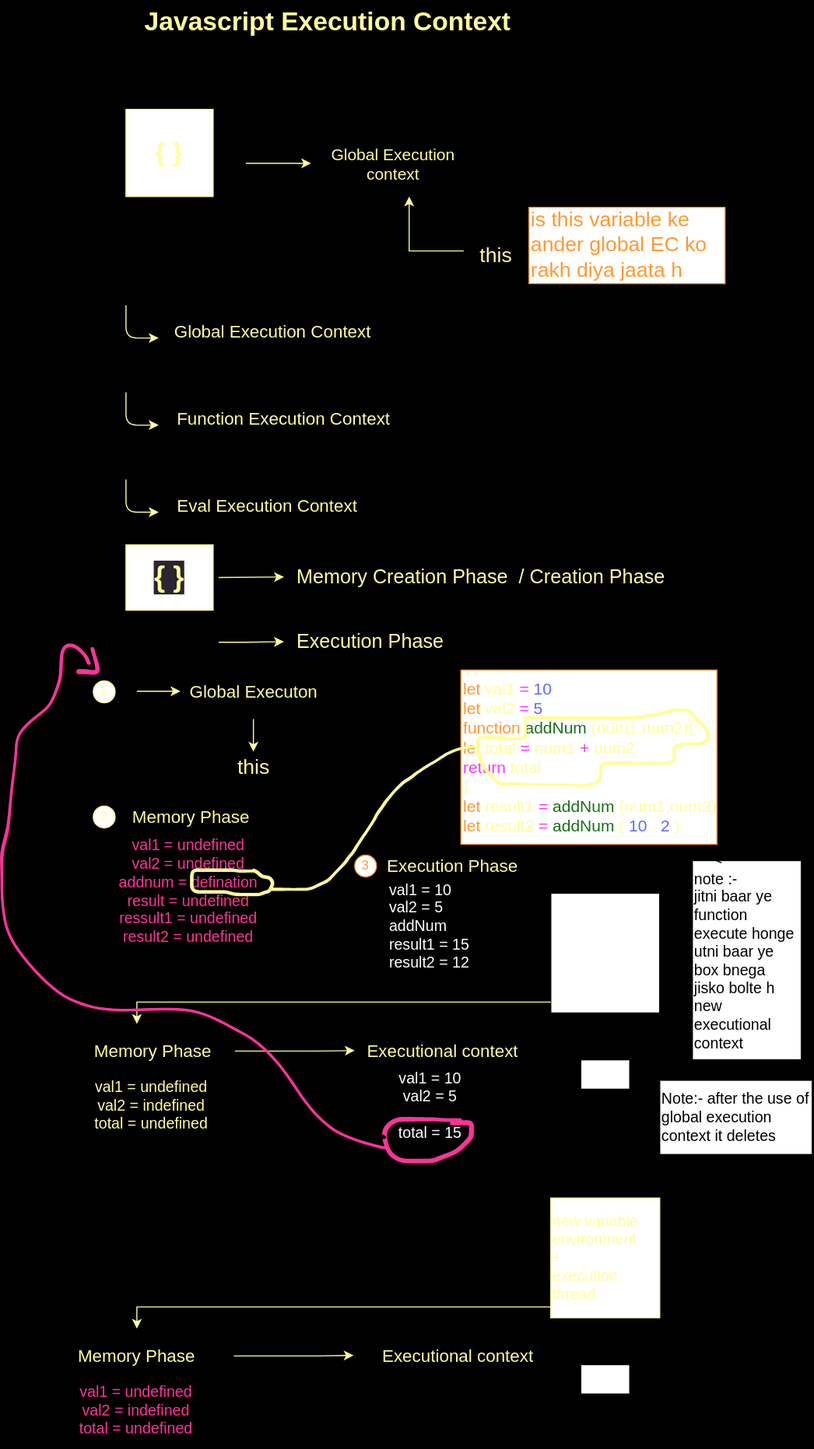
Before: 03_basics/05_call_stack.drawio.svg, a diagram exported from draw.io (Raman919115/js-Hindi-Youtube). Source tidied: cells renumbered, new cells last; positions are measured from the earlier drawing's top-left corner, leaving out a move shared by most shapes.
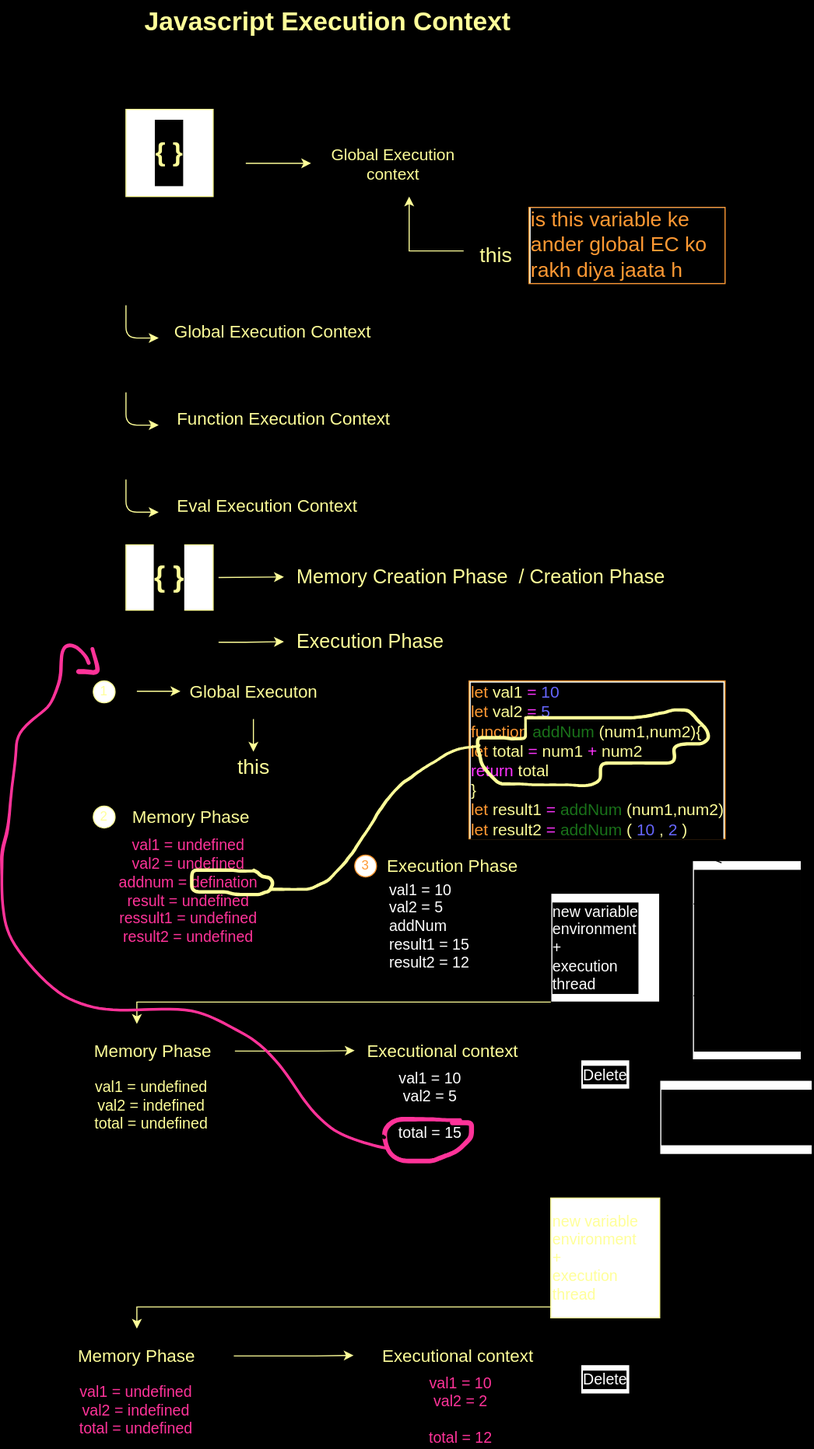
Above is the later version.

Commit message:
call stack

Change to the diagram source:
```diff
@@ -5,7 +5,7 @@
     <mxCell id="2" value="&lt;font&gt;Javascript Execution Context&lt;/font&gt;" style="text;strokeColor=none;fillColor=none;html=1;fontSize=24;fontStyle=1;verticalAlign=middle;align=center;rounded=0;fontColor=#FFFF99;" parent="1" vertex="1">
       <mxGeometry x="125" width="350" height="40" as="geometry" />
     </mxCell>
-    <mxCell id="3" value="&lt;h1&gt;&lt;font color=&quot;#ffff99&quot;&gt;{&lt;/font&gt; &lt;font color=&quot;#ffff99&quot;&gt;}&lt;/font&gt;&lt;/h1&gt;" style="whiteSpace=wrap;html=1;strokeColor=#FFFF99;fontColor=#FF9933;rounded=0;" parent="1" vertex="1">
+    <mxCell id="3" value="&lt;h1&gt;&lt;font color=&quot;#ffff99&quot;&gt;{&lt;/font&gt; &lt;font color=&quot;#ffff99&quot;&gt;}&lt;/font&gt;&lt;/h1&gt;" style="whiteSpace=wrap;html=1;strokeColor=#FFFF99;fontColor=#FF9933;rounded=0;labelBackgroundColor=#000000;" parent="1" vertex="1">
       <mxGeometry x="115" y="100" width="80" height="80" as="geometry" />
     </mxCell>
     <mxCell id="4" style="edgeStyle=none;orthogonalLoop=1;jettySize=auto;html=1;fontColor=#FF9933;rounded=0;strokeColor=#FFFF99;" parent="1" edge="1">
@@ -32,7 +32,7 @@
     <mxCell id="7" value="&lt;font style=&quot;font-size: 19px;&quot;&gt;this&lt;/font&gt;" style="text;strokeColor=none;align=center;fillColor=none;html=1;verticalAlign=middle;whiteSpace=wrap;rounded=0;fontSize=15;fontColor=#FFFF99;" parent="1" vertex="1">
       <mxGeometry x="425" y="220" width="60" height="30" as="geometry" />
     </mxCell>
-    <mxCell id="8" value="is this variable ke ander global EC ko rakh diya jaata h" style="rounded=0;whiteSpace=wrap;html=1;strokeColor=#FF9933;fontSize=19;fontColor=#FF9933;align=left;" parent="1" vertex="1">
+    <mxCell id="8" value="is this variable ke ander global EC ko rakh diya jaata h" style="rounded=0;whiteSpace=wrap;html=1;strokeColor=#FF9933;fontSize=19;fontColor=#FF9933;align=left;labelBackgroundColor=#000000;" parent="1" vertex="1">
       <mxGeometry x="485" y="190" width="180" height="70" as="geometry" />
     </mxCell>
     <mxCell id="9" style="endArrow=classic;html=1;fontSize=13;fontColor=#FF9933;rounded=1;strokeColor=#FFFF99;" parent="1" edge="1">
@@ -71,7 +71,7 @@
     <mxCell id="14" value="Eval Execution Context" style="text;strokeColor=none;align=center;fillColor=none;html=1;verticalAlign=middle;whiteSpace=wrap;rounded=0;fontSize=16;fontColor=#FFFF99;" parent="1" vertex="1">
       <mxGeometry x="155" y="444" width="180" height="40" as="geometry" />
     </mxCell>
-    <mxCell id="15" value="&lt;font color=&quot;#ffff99&quot;&gt;&lt;br&gt;&lt;/font&gt;&lt;h1 style=&quot;border-color: rgb(0, 0, 0); font-family: Helvetica; font-style: normal; font-variant-ligatures: normal; font-variant-caps: normal; letter-spacing: normal; orphans: 2; text-align: center; text-indent: 0px; text-transform: none; widows: 2; word-spacing: 0px; -webkit-text-stroke-width: 0px; background-color: rgb(42, 37, 47); text-decoration-thickness: initial; text-decoration-style: initial; text-decoration-color: initial;&quot;&gt;&lt;font color=&quot;#ffff99&quot;&gt;{ }&lt;/font&gt;&lt;/h1&gt;&lt;font color=&quot;#ffff99&quot;&gt;&lt;br&gt;&lt;/font&gt;" style="whiteSpace=wrap;html=1;fontSize=13;fontColor=#FF9933;strokeColor=#FFFF99;rounded=0;" parent="1" vertex="1">
+    <mxCell id="15" value="&lt;font color=&quot;#ffff99&quot;&gt;&lt;br&gt;&lt;/font&gt;&lt;h1 style=&quot;border-color: rgb(0, 0, 0); font-family: Helvetica; font-style: normal; font-variant-ligatures: normal; font-variant-caps: normal; letter-spacing: normal; orphans: 2; text-align: center; text-indent: 0px; text-transform: none; widows: 2; word-spacing: 0px; -webkit-text-stroke-width: 0px; text-decoration-thickness: initial; text-decoration-style: initial; text-decoration-color: initial;&quot;&gt;&lt;font color=&quot;#ffff99&quot;&gt;{ }&lt;/font&gt;&lt;/h1&gt;&lt;font color=&quot;#ffff99&quot;&gt;&lt;br&gt;&lt;/font&gt;" style="whiteSpace=wrap;html=1;fontSize=13;fontColor=#FF9933;strokeColor=#FFFF99;rounded=0;labelBackgroundColor=#000000;" parent="1" vertex="1">
       <mxGeometry x="115" y="500" width="80" height="60" as="geometry" />
     </mxCell>
     <mxCell id="16" style="endArrow=classic;html=1;fontSize=18;fontColor=#FF9933;rounded=0;strokeColor=#FFFF99;" parent="1" edge="1">
@@ -99,8 +99,8 @@
     <mxCell id="19" value="Execution Phase" style="text;strokeColor=none;align=left;fillColor=none;html=1;verticalAlign=middle;whiteSpace=wrap;rounded=0;fontSize=18;fontColor=#FFFF99;" parent="1" vertex="1">
       <mxGeometry x="270" y="574.4" width="152.5" height="30" as="geometry" />
     </mxCell>
-    <mxCell id="20" value="let &lt;font color=&quot;#ffff99&quot;&gt;val1&lt;/font&gt; &lt;font color=&quot;#ff33ff&quot;&gt;=&lt;/font&gt; &lt;font color=&quot;#6666ff&quot;&gt;10&lt;/font&gt;&lt;br&gt;let &lt;font color=&quot;#ffff99&quot;&gt;val2&lt;/font&gt; &lt;font color=&quot;#ff33ff&quot;&gt;=&lt;/font&gt; &lt;font color=&quot;#6666ff&quot;&gt;5&lt;/font&gt;&lt;br&gt;function &lt;font color=&quot;#197119&quot;&gt;addNum&lt;/font&gt;&lt;font color=&quot;#ffff99&quot;&gt;(num1,num2){&lt;/font&gt;&lt;br&gt;&amp;nbsp; &amp;nbsp; &amp;nbsp;let &lt;font color=&quot;#ffff99&quot;&gt;total&lt;/font&gt; &lt;font color=&quot;#ff33ff&quot;&gt;=&lt;/font&gt; &lt;font color=&quot;#ffff99&quot;&gt;num1&lt;/font&gt; &lt;font color=&quot;#ff33ff&quot;&gt;+&lt;/font&gt; &lt;font color=&quot;#ffff99&quot;&gt;num2&lt;/font&gt;&lt;br&gt;&amp;nbsp; &amp;nbsp; &amp;nbsp; &lt;font color=&quot;#ff33ff&quot;&gt;return&lt;/font&gt;&amp;nbsp; &amp;nbsp; &lt;font color=&quot;#ffff99&quot;&gt;total&lt;/font&gt;&amp;nbsp;&lt;br&gt;&lt;font color=&quot;#ffff99&quot;&gt;}&lt;/font&gt;&lt;br&gt;let &lt;font color=&quot;#ffff99&quot;&gt;result1&lt;/font&gt; &lt;font color=&quot;#ff33ff&quot;&gt;=&lt;/font&gt; &lt;font color=&quot;#197119&quot;&gt;addNum&lt;/font&gt;&lt;font color=&quot;#ffff99&quot;&gt;(num1,num2)&lt;/font&gt;&lt;br&gt;let &lt;font color=&quot;#ffff99&quot;&gt;result2&lt;/font&gt; &lt;font color=&quot;#ff33ff&quot;&gt;=&lt;/font&gt; &lt;font color=&quot;#197119&quot;&gt;addNum&lt;/font&gt;&lt;font color=&quot;#ffff99&quot;&gt;(&lt;/font&gt;&lt;font color=&quot;#6666ff&quot;&gt;10&lt;/font&gt; &lt;font color=&quot;#ffff99&quot;&gt;,&lt;/font&gt; &lt;font color=&quot;#6666ff&quot;&gt;2&lt;/font&gt; &lt;font color=&quot;#ffff99&quot;&gt;)&lt;/font&gt;" style="whiteSpace=wrap;html=1;fontSize=15;fontColor=#FF9933;align=left;rounded=0;strokeColor=#FF9933;" parent="1" vertex="1">
-      <mxGeometry x="422.5" y="615" width="235" height="160" as="geometry" />
+    <mxCell id="20" value="let &lt;font color=&quot;#ffff99&quot;&gt;val1&lt;/font&gt; &lt;font color=&quot;#ff33ff&quot;&gt;=&lt;/font&gt; &lt;font color=&quot;#6666ff&quot;&gt;10&lt;/font&gt;&lt;br&gt;let &lt;font color=&quot;#ffff99&quot;&gt;val2&lt;/font&gt; &lt;font color=&quot;#ff33ff&quot;&gt;=&lt;/font&gt; &lt;font color=&quot;#6666ff&quot;&gt;5&lt;/font&gt;&lt;br&gt;function &lt;font color=&quot;#197119&quot;&gt;addNum&lt;/font&gt;&lt;font color=&quot;#ffff99&quot;&gt;(num1,num2){&lt;/font&gt;&lt;br&gt;&amp;nbsp; &amp;nbsp; &amp;nbsp;let &lt;font color=&quot;#ffff99&quot;&gt;total&lt;/font&gt; &lt;font color=&quot;#ff33ff&quot;&gt;=&lt;/font&gt; &lt;font color=&quot;#ffff99&quot;&gt;num1&lt;/font&gt; &lt;font color=&quot;#ff33ff&quot;&gt;+&lt;/font&gt; &lt;font color=&quot;#ffff99&quot;&gt;num2&lt;/font&gt;&lt;br&gt;&amp;nbsp; &amp;nbsp; &amp;nbsp; &lt;font color=&quot;#ff33ff&quot;&gt;return&lt;/font&gt;&amp;nbsp; &amp;nbsp; &lt;font color=&quot;#ffff99&quot;&gt;total&lt;/font&gt;&amp;nbsp;&lt;br&gt;&lt;font color=&quot;#ffff99&quot;&gt;}&lt;/font&gt;&lt;br&gt;let &lt;font color=&quot;#ffff99&quot;&gt;result1&lt;/font&gt; &lt;font color=&quot;#ff33ff&quot;&gt;=&lt;/font&gt; &lt;font color=&quot;#197119&quot;&gt;addNum&lt;/font&gt;&lt;font color=&quot;#ffff99&quot;&gt;(num1,num2)&lt;/font&gt;&lt;br&gt;let &lt;font color=&quot;#ffff99&quot;&gt;result2&lt;/font&gt; &lt;font color=&quot;#ff33ff&quot;&gt;=&lt;/font&gt; &lt;font color=&quot;#197119&quot;&gt;addNum&lt;/font&gt;&lt;font color=&quot;#ffff99&quot;&gt;(&lt;/font&gt;&lt;font color=&quot;#6666ff&quot;&gt;10&lt;/font&gt; &lt;font color=&quot;#ffff99&quot;&gt;,&lt;/font&gt; &lt;font color=&quot;#6666ff&quot;&gt;2&lt;/font&gt; &lt;font color=&quot;#ffff99&quot;&gt;)&lt;/font&gt;" style="whiteSpace=wrap;html=1;fontSize=15;fontColor=#FF9933;align=left;rounded=0;strokeColor=#FF9933;labelBackgroundColor=#000000;" parent="1" vertex="1">
+      <mxGeometry x="430" y="625" width="235" height="145" as="geometry" />
     </mxCell>
     <mxCell id="21" value="Global Executon" style="text;strokeColor=none;align=center;fillColor=none;html=1;verticalAlign=middle;whiteSpace=wrap;rounded=0;fontSize=16;fontColor=#FFFF99;" parent="1" vertex="1">
       <mxGeometry x="170" y="615" width="125" height="40" as="geometry" />
@@ -151,10 +151,10 @@
         </Array>
       </mxGeometry>
     </mxCell>
-    <mxCell id="33" value="&lt;div style=&quot;&quot;&gt;&lt;span style=&quot;background-color: initial;&quot;&gt;new variable&lt;/span&gt;&lt;/div&gt;environment&lt;br&gt;&amp;nbsp; &amp;nbsp; &amp;nbsp; &amp;nbsp; &amp;nbsp;+&lt;br&gt;execution&lt;br&gt;&amp;nbsp; &amp;nbsp; &amp;nbsp; &amp;nbsp; &amp;nbsp; &amp;nbsp; thread" style="whiteSpace=wrap;html=1;fontSize=14;align=left;fontColor=#FFFFFF;" parent="1" vertex="1">
-      <mxGeometry x="505" y="820" width="100" height="110" as="geometry" />
+    <mxCell id="33" value="&lt;div style=&quot;&quot;&gt;&lt;span style=&quot;&quot;&gt;new variable&lt;/span&gt;&lt;/div&gt;environment&lt;br&gt;&amp;nbsp; &amp;nbsp; &amp;nbsp; &amp;nbsp; &amp;nbsp;+&lt;br&gt;execution&lt;br&gt;&amp;nbsp; &amp;nbsp; &amp;nbsp; &amp;nbsp; &amp;nbsp; &amp;nbsp; thread" style="whiteSpace=wrap;html=1;fontSize=14;align=left;fontColor=#FFFFFF;labelBackgroundColor=#000000;" parent="1" vertex="1">
+      <mxGeometry x="505" y="820" width="100" height="100" as="geometry" />
     </mxCell>
-    <mxCell id="34" value="note :-&lt;br&gt;jitni baar ye function execute honge utni baar ye box bnega&lt;br&gt;jisko bolte h new executional&lt;br&gt;context&lt;br&gt;&lt;div style=&quot;&quot;&gt;&lt;/div&gt;" style="whiteSpace=wrap;html=1;fontSize=14;align=left;" parent="1" vertex="1">
+    <mxCell id="34" value="note :-&lt;br&gt;jitni baar ye function execute honge utni baar ye box bnega&lt;br&gt;jisko bolte h new executional&lt;br&gt;context&lt;br&gt;&lt;div style=&quot;&quot;&gt;&lt;/div&gt;" style="whiteSpace=wrap;html=1;fontSize=14;align=left;labelBackgroundColor=#000000;" parent="1" vertex="1">
       <mxGeometry x="635" y="790" width="100" height="183" as="geometry" />
     </mxCell>
     <mxCell id="35" style="endArrow=classic;html=1;fontSize=18;fontColor=#FF9933;rounded=0;exitX=0.268;exitY=0.011;exitDx=0;exitDy=0;exitPerimeter=0;entryX=0.632;entryY=-0.011;entryDx=0;entryDy=0;entryPerimeter=0;" parent="1" edge="1" source="34" target="33">
@@ -196,10 +196,10 @@
     <mxCell id="40" value="val1 = 10&lt;br&gt;val2 = 5&lt;br&gt;&lt;br&gt;total = 15" style="text;strokeColor=none;align=center;fillColor=none;html=1;verticalAlign=middle;whiteSpace=wrap;rounded=0;fontSize=14;fontColor=#FFFFFF;" parent="1" vertex="1">
       <mxGeometry x="326.4" y="980" width="137.1" height="70" as="geometry" />
     </mxCell>
-    <mxCell id="41" style="endArrow=classic;html=1;" parent="1" edge="1">
+    <mxCell id="41" style="endArrow=classic;html=1;fontColor=#000000;" parent="1" edge="1">
       <mxGeometry relative="1" as="geometry">
-        <mxPoint x="554.5" y="970" as="sourcePoint" />
-        <mxPoint x="554.5" y="940" as="targetPoint" />
+        <mxPoint x="554.5" y="960" as="sourcePoint" />
+        <mxPoint x="554.5" y="930" as="targetPoint" />
       </mxGeometry>
     </mxCell>
     <mxCell id="42" style="endArrow=classic;html=1;fontSize=18;fontColor=#FF9933;rounded=0;strokeColor=#FFFF99;" parent="1" edge="1">
@@ -212,7 +212,7 @@
         </Array>
       </mxGeometry>
     </mxCell>
-    <mxCell id="43" value="Delete&lt;div style=&quot;&quot;&gt;&lt;/div&gt;" style="whiteSpace=wrap;html=1;fontSize=14;align=left;fontColor=#FFFFFF;" parent="1" vertex="1">
+    <mxCell id="43" value="Delete&lt;div style=&quot;&quot;&gt;&lt;/div&gt;" style="whiteSpace=wrap;html=1;fontSize=14;align=left;fontColor=#FFFFFF;labelBackgroundColor=#000000;" parent="1" vertex="1">
       <mxGeometry x="532.5" y="973" width="45" height="27" as="geometry" />
     </mxCell>
     <mxCell id="44" style="shape=(stored shape, 2372 characters);lineShape=1;strokeColor=#FF3399;" parent="1" vertex="1">
@@ -227,7 +227,7 @@
     <mxCell id="47" style="shape=(stored shape, 984 characters);lineShape=1;strokeColor=#FF3399;" parent="1" vertex="1">
       <mxGeometry x="69.8" y="594.3" width="20.6" height="24.5" as="geometry" />
     </mxCell>
-    <mxCell id="48" value="Note:- after the use of global execution context it deletes&lt;div style=&quot;&quot;&gt;&lt;/div&gt;" style="whiteSpace=wrap;html=1;fontSize=14;align=left;" parent="1" vertex="1">
+    <mxCell id="48" value="Note:- after the use of global execution context it deletes&lt;div style=&quot;&quot;&gt;&lt;/div&gt;" style="whiteSpace=wrap;html=1;fontSize=14;align=left;labelBackgroundColor=#000000;" parent="1" vertex="1">
       <mxGeometry x="605" y="991.8" width="140" height="68.2" as="geometry" />
     </mxCell>
     <mxCell id="49" value="&lt;div style=&quot;&quot;&gt;&lt;span style=&quot;background-color: initial;&quot;&gt;new variable&lt;/span&gt;&lt;/div&gt;environment&lt;br&gt;&amp;nbsp; &amp;nbsp; &amp;nbsp; &amp;nbsp; &amp;nbsp;+&lt;br&gt;execution&lt;br&gt;&amp;nbsp; &amp;nbsp; &amp;nbsp; &amp;nbsp; &amp;nbsp; &amp;nbsp; thread" style="whiteSpace=wrap;html=1;fontSize=14;align=left;fontColor=#FFFF99;strokeColor=#FFFF99;" parent="1" vertex="1">
@@ -268,7 +268,7 @@
     <mxCell id="54" value="Executional context" style="text;strokeColor=none;align=center;fillColor=none;html=1;verticalAlign=middle;whiteSpace=wrap;rounded=0;fontSize=16;fontColor=#FFFF99;" parent="1" vertex="1">
       <mxGeometry x="335" y="1230" width="170" height="30" as="geometry" />
     </mxCell>
-    <mxCell id="55" value="val1 = 10&lt;br&gt;val2 = 2&lt;br&gt;&lt;br&gt;total = 12" style="text;strokeColor=none;align=center;fillColor=none;html=1;verticalAlign=middle;whiteSpace=wrap;rounded=0;fontSize=14;" parent="1" vertex="1">
+    <mxCell id="55" value="val1 = 10&lt;br&gt;val2 = 2&lt;br&gt;&lt;br&gt;total = 12" style="text;strokeColor=none;align=center;fillColor=none;html=1;verticalAlign=middle;whiteSpace=wrap;rounded=0;fontSize=14;fontColor=#FF3399;" parent="1" vertex="1">
       <mxGeometry x="354.4" y="1260" width="137.1" height="70" as="geometry" />
     </mxCell>
     <mxCell id="56" style="endArrow=classic;html=1;" parent="1" edge="1">
@@ -277,7 +277,7 @@
         <mxPoint x="554.5" y="1220" as="targetPoint" />
       </mxGeometry>
     </mxCell>
-    <mxCell id="57" value="Delete&lt;div style=&quot;&quot;&gt;&lt;/div&gt;" style="whiteSpace=wrap;html=1;fontSize=14;align=left;fontColor=#FFFFFF;" parent="1" vertex="1">
+    <mxCell id="57" value="Delete&lt;div style=&quot;&quot;&gt;&lt;/div&gt;" style="whiteSpace=wrap;html=1;fontSize=14;align=left;fontColor=#FFFFFF;labelBackgroundColor=#000000;" parent="1" vertex="1">
       <mxGeometry x="532.5" y="1253" width="45" height="27" as="geometry" />
     </mxCell>
     <mxCell id="58" style="shape=(stored shape, 6144 characters);lineShape=1;labelBorderColor=#FF9933;strokeColor=#FFFF99;fontSize=19;fontColor=#FFFF99;" parent="1" vertex="1">
```
